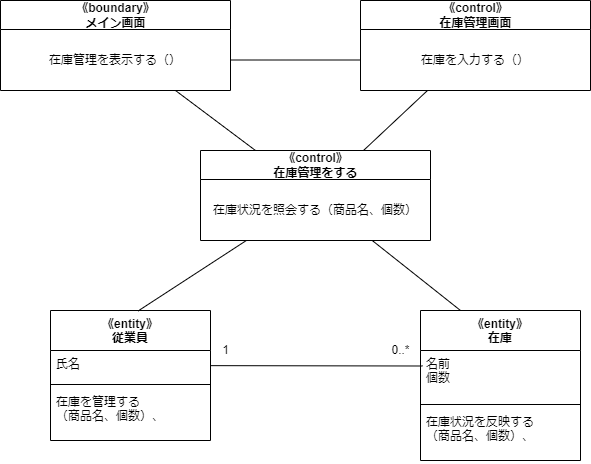
MasakiHiguchi/--- keeps this draw.io diagram as psp4/分析モデルのクラス図/分析モデルクラス図_発注仕込み.drawio.png. Above is the earlier version. Source tidied: cells renumbered, new cells last; positions are measured from the earlier drawing's top-left corner, leaving out a move shared by most shapes. Source of this version:
```xml
<mxGraphModel>
  <root>
    <mxCell id="0" />
    <mxCell id="1" parent="0" />
    <mxCell id="2" value="《entity》&#10;従業員" style="swimlane;fontStyle=1;align=center;verticalAlign=top;horizontal=1;startSize=40;" parent="1" vertex="1">
      <mxGeometry x="50" y="310" width="160" height="130" as="geometry" />
    </mxCell>
    <mxCell id="3" value="氏名" style="text;strokeColor=none;fillColor=none;align=left;verticalAlign=top;spacingLeft=4;spacingRight=4;overflow=hidden;points=[[0,0.5],[1,0.5]];portConstraint=eastwest;" parent="2" vertex="1">
      <mxGeometry y="40" width="160" height="30" as="geometry" />
    </mxCell>
    <mxCell id="4" style="line;strokeWidth=1;fillColor=none;align=left;verticalAlign=middle;spacingTop=-1;spacingLeft=3;spacingRight=3;labelPosition=right;strokeColor=inherit;" parent="2" vertex="1">
      <mxGeometry y="70" width="160" height="8" as="geometry" />
    </mxCell>
    <mxCell id="5" value="在庫を管理する&#10;（商品名、個数）、" style="text;strokeColor=none;fillColor=none;align=left;verticalAlign=top;spacingLeft=4;spacingRight=4;overflow=hidden;" parent="2" vertex="1">
      <mxGeometry y="78" width="160" height="52" as="geometry" />
    </mxCell>
    <mxCell id="6" value="《entity》&#10;在庫" style="swimlane;fontStyle=1;align=center;verticalAlign=top;horizontal=1;startSize=40;" parent="1" vertex="1">
      <mxGeometry x="420" y="310" width="160" height="150" as="geometry" />
    </mxCell>
    <mxCell id="7" value="名前&#10;個数" style="text;strokeColor=none;fillColor=none;align=left;verticalAlign=top;spacingLeft=4;spacingRight=4;overflow=hidden;points=[[0,0.5],[1,0.5]];portConstraint=eastwest;" parent="6" vertex="1">
      <mxGeometry y="40" width="160" height="50" as="geometry" />
    </mxCell>
    <mxCell id="8" style="line;strokeWidth=1;fillColor=none;align=left;verticalAlign=middle;spacingTop=-1;spacingLeft=3;spacingRight=3;labelPosition=right;strokeColor=inherit;" parent="6" vertex="1">
      <mxGeometry y="90" width="160" height="8" as="geometry" />
    </mxCell>
    <mxCell id="9" value="在庫状況を反映する&#10;（商品名、個数）、" style="text;strokeColor=none;fillColor=none;align=left;verticalAlign=top;spacingLeft=4;spacingRight=4;overflow=hidden;" parent="6" vertex="1">
      <mxGeometry y="98" width="160" height="52" as="geometry" />
    </mxCell>
    <mxCell id="10" style="edgeStyle=none;html=1;entryX=0.013;entryY=0.31;entryDx=0;entryDy=0;entryPerimeter=0;endArrow=none;endFill=0;" parent="1" edge="1" source="3" target="7">
      <mxGeometry relative="1" as="geometry" />
    </mxCell>
    <mxCell id="11" value="1" style="text;html=1;align=center;verticalAlign=middle;strokeColor=none;fillColor=none;" parent="1" vertex="1">
      <mxGeometry x="210" y="335" width="30" height="30" as="geometry" />
    </mxCell>
    <mxCell id="12" value="0..*" style="text;html=1;align=center;verticalAlign=middle;strokeColor=none;fillColor=none;" parent="1" vertex="1">
      <mxGeometry x="380" y="335" width="40" height="30" as="geometry" />
    </mxCell>
    <mxCell id="13" style="edgeStyle=none;html=1;entryX=0.547;entryY=0.004;entryDx=0;entryDy=0;entryPerimeter=0;endArrow=none;endFill=0;" parent="1" edge="1" source="15" target="2">
      <mxGeometry relative="1" as="geometry" />
    </mxCell>
    <mxCell id="14" style="edgeStyle=none;html=1;entryX=0.25;entryY=0;entryDx=0;entryDy=0;endArrow=none;endFill=0;" parent="1" edge="1" source="15" target="6">
      <mxGeometry relative="1" as="geometry" />
    </mxCell>
    <mxCell id="15" value="《control》&lt;br&gt;在庫管理をする" style="swimlane;fontStyle=1;align=center;verticalAlign=middle;horizontal=1;startSize=29;html=1;" parent="1" vertex="1">
      <mxGeometry x="200" y="150" width="230" height="90" as="geometry" />
    </mxCell>
    <mxCell id="16" value="在庫状況を照会する（商品名、個数）" style="text;html=1;strokeColor=none;fillColor=none;align=center;verticalAlign=middle;spacingLeft=4;spacingRight=4;overflow=hidden;" parent="15" vertex="1">
      <mxGeometry y="29" width="230" height="61" as="geometry" />
    </mxCell>
    <mxCell id="17" style="edgeStyle=none;html=1;endArrow=none;endFill=0;" parent="1" edge="1" source="18" target="15">
      <mxGeometry relative="1" as="geometry" />
    </mxCell>
    <mxCell id="18" value="《boundary》&lt;br&gt;メイン画面" style="swimlane;fontStyle=1;align=center;verticalAlign=middle;horizontal=1;startSize=29;html=1;" parent="1" vertex="1">
      <mxGeometry width="230" height="90" as="geometry" />
    </mxCell>
    <mxCell id="19" value="在庫管理を表示する（）" style="text;html=1;strokeColor=none;fillColor=none;align=center;verticalAlign=middle;spacingLeft=4;spacingRight=4;overflow=hidden;points=[[0,0.5],[1,0.5]];portConstraint=eastwest;" parent="18" vertex="1">
      <mxGeometry y="29" width="230" height="61" as="geometry" />
    </mxCell>
    <mxCell id="20" style="edgeStyle=none;html=1;endArrow=none;endFill=0;" parent="1" edge="1" source="21" target="15">
      <mxGeometry relative="1" as="geometry" />
    </mxCell>
    <mxCell id="21" value="《control》&lt;br&gt;在庫管理画面" style="swimlane;fontStyle=1;align=center;verticalAlign=middle;horizontal=1;startSize=29;html=1;" parent="1" vertex="1">
      <mxGeometry x="360" width="230" height="90" as="geometry" />
    </mxCell>
    <mxCell id="22" value="在庫を入力する（）" style="text;html=1;strokeColor=none;fillColor=none;align=center;verticalAlign=middle;spacingLeft=4;spacingRight=4;overflow=hidden;points=[[0,0.5],[1,0.5]];portConstraint=eastwest;" parent="21" vertex="1">
      <mxGeometry y="29" width="230" height="61" as="geometry" />
    </mxCell>
    <mxCell id="23" style="edgeStyle=none;html=1;entryX=0;entryY=0.5;entryDx=0;entryDy=0;endArrow=none;endFill=0;" parent="1" edge="1" source="19" target="22">
      <mxGeometry relative="1" as="geometry" />
    </mxCell>
  </root>
</mxGraphModel>
```
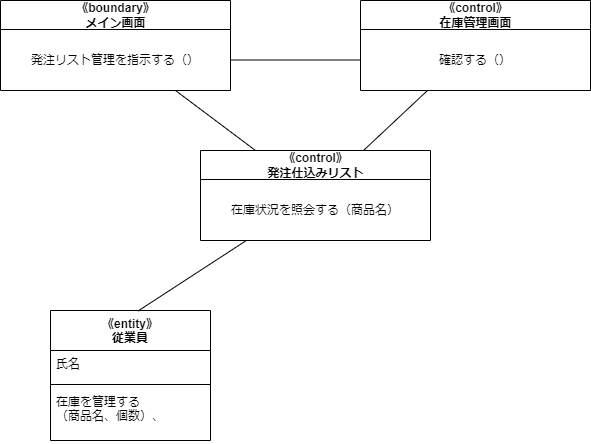
The same diagram one commit later.

Commit message:
仕込みリスト

What changed in the source:
```diff
@@ -14,37 +14,13 @@
     <mxCell id="5" value="在庫を管理する&#10;（商品名、個数）、" style="text;strokeColor=none;fillColor=none;align=left;verticalAlign=top;spacingLeft=4;spacingRight=4;overflow=hidden;" parent="2" vertex="1">
       <mxGeometry y="78" width="160" height="52" as="geometry" />
     </mxCell>
-    <mxCell id="6" value="《entity》&#10;在庫" style="swimlane;fontStyle=1;align=center;verticalAlign=top;horizontal=1;startSize=40;" parent="1" vertex="1">
-      <mxGeometry x="420" y="310" width="160" height="150" as="geometry" />
-    </mxCell>
-    <mxCell id="7" value="名前&#10;個数" style="text;strokeColor=none;fillColor=none;align=left;verticalAlign=top;spacingLeft=4;spacingRight=4;overflow=hidden;points=[[0,0.5],[1,0.5]];portConstraint=eastwest;" parent="6" vertex="1">
-      <mxGeometry y="40" width="160" height="50" as="geometry" />
-    </mxCell>
-    <mxCell id="8" style="line;strokeWidth=1;fillColor=none;align=left;verticalAlign=middle;spacingTop=-1;spacingLeft=3;spacingRight=3;labelPosition=right;strokeColor=inherit;" parent="6" vertex="1">
-      <mxGeometry y="90" width="160" height="8" as="geometry" />
-    </mxCell>
-    <mxCell id="9" value="在庫状況を反映する&#10;（商品名、個数）、" style="text;strokeColor=none;fillColor=none;align=left;verticalAlign=top;spacingLeft=4;spacingRight=4;overflow=hidden;" parent="6" vertex="1">
-      <mxGeometry y="98" width="160" height="52" as="geometry" />
-    </mxCell>
-    <mxCell id="10" style="edgeStyle=none;html=1;entryX=0.013;entryY=0.31;entryDx=0;entryDy=0;entryPerimeter=0;endArrow=none;endFill=0;" parent="1" edge="1" source="3" target="7">
-      <mxGeometry relative="1" as="geometry" />
-    </mxCell>
-    <mxCell id="11" value="1" style="text;html=1;align=center;verticalAlign=middle;strokeColor=none;fillColor=none;" parent="1" vertex="1">
-      <mxGeometry x="210" y="335" width="30" height="30" as="geometry" />
-    </mxCell>
-    <mxCell id="12" value="0..*" style="text;html=1;align=center;verticalAlign=middle;strokeColor=none;fillColor=none;" parent="1" vertex="1">
-      <mxGeometry x="380" y="335" width="40" height="30" as="geometry" />
-    </mxCell>
     <mxCell id="13" style="edgeStyle=none;html=1;entryX=0.547;entryY=0.004;entryDx=0;entryDy=0;entryPerimeter=0;endArrow=none;endFill=0;" parent="1" edge="1" source="15" target="2">
       <mxGeometry relative="1" as="geometry" />
     </mxCell>
-    <mxCell id="14" style="edgeStyle=none;html=1;entryX=0.25;entryY=0;entryDx=0;entryDy=0;endArrow=none;endFill=0;" parent="1" edge="1" source="15" target="6">
-      <mxGeometry relative="1" as="geometry" />
-    </mxCell>
-    <mxCell id="15" value="《control》&lt;br&gt;在庫管理をする" style="swimlane;fontStyle=1;align=center;verticalAlign=middle;horizontal=1;startSize=29;html=1;" parent="1" vertex="1">
+    <mxCell id="15" value="《control》&lt;br&gt;発注仕込みリスト" style="swimlane;fontStyle=1;align=center;verticalAlign=middle;horizontal=1;startSize=29;html=1;" parent="1" vertex="1">
       <mxGeometry x="200" y="150" width="230" height="90" as="geometry" />
     </mxCell>
-    <mxCell id="16" value="在庫状況を照会する（商品名、個数）" style="text;html=1;strokeColor=none;fillColor=none;align=center;verticalAlign=middle;spacingLeft=4;spacingRight=4;overflow=hidden;" parent="15" vertex="1">
+    <mxCell id="16" value="在庫状況を照会する（商品名）" style="text;html=1;strokeColor=none;fillColor=none;align=center;verticalAlign=middle;spacingLeft=4;spacingRight=4;overflow=hidden;" parent="15" vertex="1">
       <mxGeometry y="29" width="230" height="61" as="geometry" />
     </mxCell>
     <mxCell id="17" style="edgeStyle=none;html=1;endArrow=none;endFill=0;" parent="1" edge="1" source="18" target="15">
@@ -53,7 +29,7 @@
     <mxCell id="18" value="《boundary》&lt;br&gt;メイン画面" style="swimlane;fontStyle=1;align=center;verticalAlign=middle;horizontal=1;startSize=29;html=1;" parent="1" vertex="1">
       <mxGeometry width="230" height="90" as="geometry" />
     </mxCell>
-    <mxCell id="19" value="在庫管理を表示する（）" style="text;html=1;strokeColor=none;fillColor=none;align=center;verticalAlign=middle;spacingLeft=4;spacingRight=4;overflow=hidden;points=[[0,0.5],[1,0.5]];portConstraint=eastwest;" parent="18" vertex="1">
+    <mxCell id="19" value="発注リスト管理を指示する（）" style="text;html=1;strokeColor=none;fillColor=none;align=center;verticalAlign=middle;spacingLeft=4;spacingRight=4;overflow=hidden;points=[[0,0.5],[1,0.5]];portConstraint=eastwest;" parent="18" vertex="1">
       <mxGeometry y="29" width="230" height="61" as="geometry" />
     </mxCell>
     <mxCell id="20" style="edgeStyle=none;html=1;endArrow=none;endFill=0;" parent="1" edge="1" source="21" target="15">
@@ -62,7 +38,7 @@
     <mxCell id="21" value="《control》&lt;br&gt;在庫管理画面" style="swimlane;fontStyle=1;align=center;verticalAlign=middle;horizontal=1;startSize=29;html=1;" parent="1" vertex="1">
       <mxGeometry x="360" width="230" height="90" as="geometry" />
     </mxCell>
-    <mxCell id="22" value="在庫を入力する（）" style="text;html=1;strokeColor=none;fillColor=none;align=center;verticalAlign=middle;spacingLeft=4;spacingRight=4;overflow=hidden;points=[[0,0.5],[1,0.5]];portConstraint=eastwest;" parent="21" vertex="1">
+    <mxCell id="22" value="確認する（）" style="text;html=1;strokeColor=none;fillColor=none;align=center;verticalAlign=middle;spacingLeft=4;spacingRight=4;overflow=hidden;points=[[0,0.5],[1,0.5]];portConstraint=eastwest;" parent="21" vertex="1">
       <mxGeometry y="29" width="230" height="61" as="geometry" />
     </mxCell>
     <mxCell id="23" style="edgeStyle=none;html=1;entryX=0;entryY=0.5;entryDx=0;entryDy=0;endArrow=none;endFill=0;" parent="1" edge="1" source="19" target="22">
```
